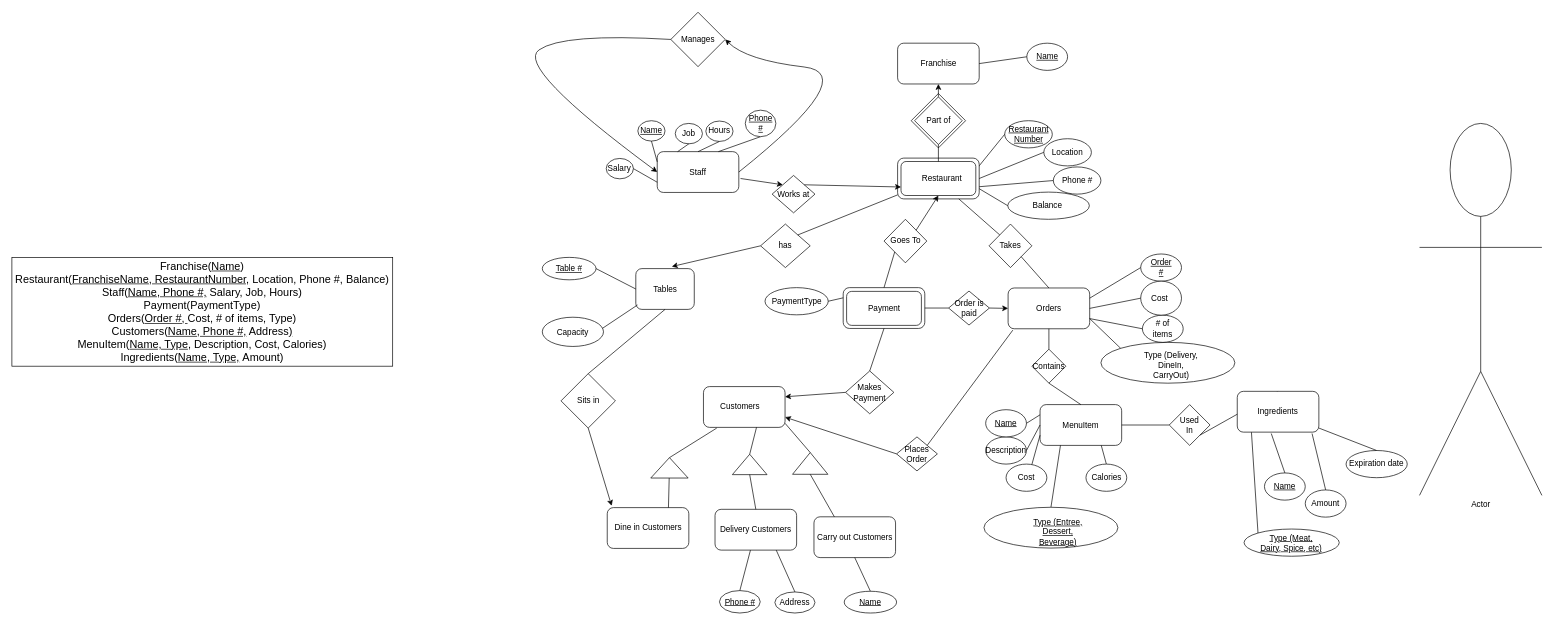
Above: Copy of Copy of Copy of Copy of E/R Diagram.drawio in yeongKo/git-training (draw.io), before the change. Source tidied: cells renumbered, new cells numbered last; positions are measured from the earlier drawing's top-left corner, leaving out a move shared by most shapes. Both pictures are drawn from the tidied source at 68%, with x=0, y=0 at pixel (12, 12).
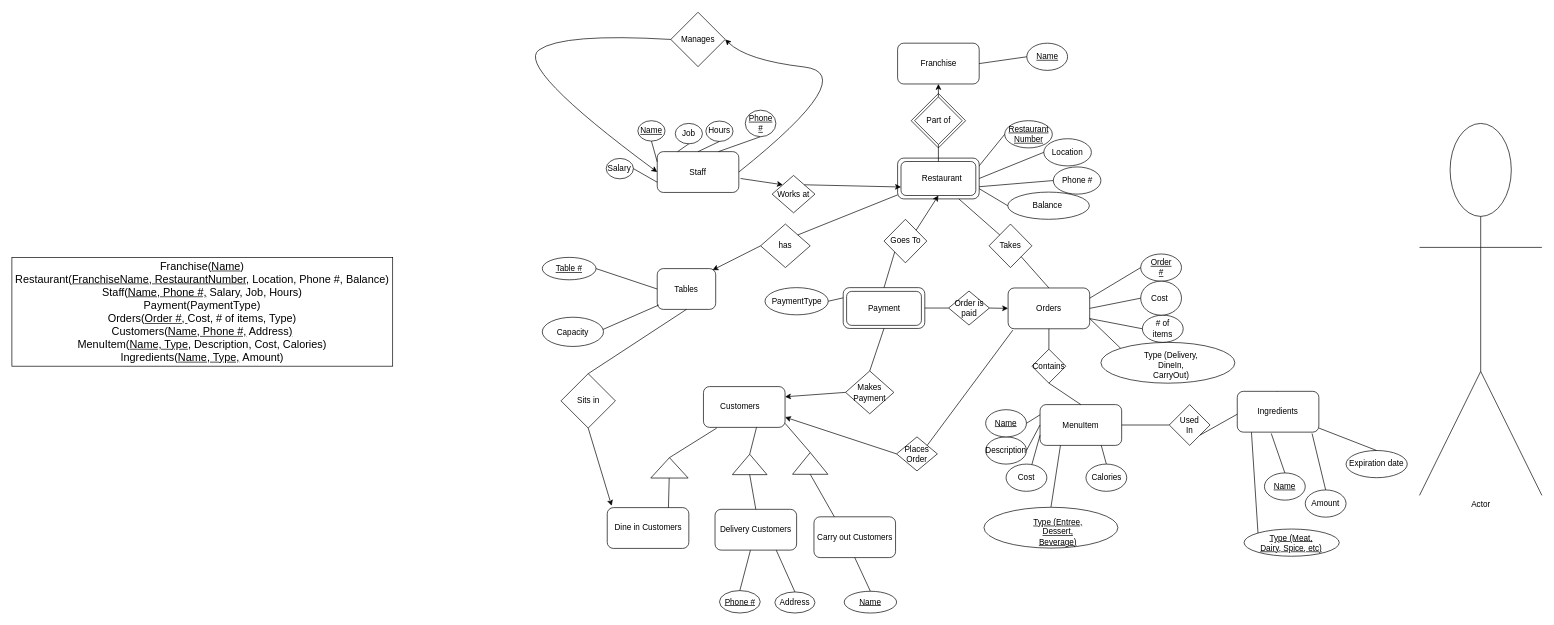
After the change.

Commit message:
E/R Diagram - Restaurant inventory system

Unchanged cells that the change refers to:
```xml
<mxCell id="182" value="has" style="rhombus;whiteSpace=wrap;html=1;" parent="1" vertex="1">
  <mxGeometry x="1101" y="311" width="73" height="64" as="geometry" />
</mxCell>
```

Diff of the diagram source:
```diff
@@
     <mxCell id="180" value="Tables" style="rounded=1;whiteSpace=wrap;html=1;" parent="1" vertex="1">
-      <mxGeometry x="917.5" y="376.5" width="86" height="60" as="geometry" />
+      <mxGeometry x="949" y="376.5" width="86" height="60" as="geometry" />
     </mxCell>
-    <mxCell id="181" style="endArrow=classic;html=1;entryX=0.616;entryY=-0.05;entryDx=0;entryDy=0;entryPerimeter=0;exitX=0;exitY=0.5;exitDx=0;exitDy=0;" parent="1" edge="1" source="182" target="180">
+    <mxCell id="181" style="endArrow=classic;html=1;entryX=0.946;entryY=0.036;entryDx=0;entryDy=0;entryPerimeter=0;exitX=0;exitY=0.5;exitDx=0;exitDy=0;" parent="1" edge="1" source="182" target="180">
       <mxGeometry relative="1" as="geometry" />
     </mxCell>
```
